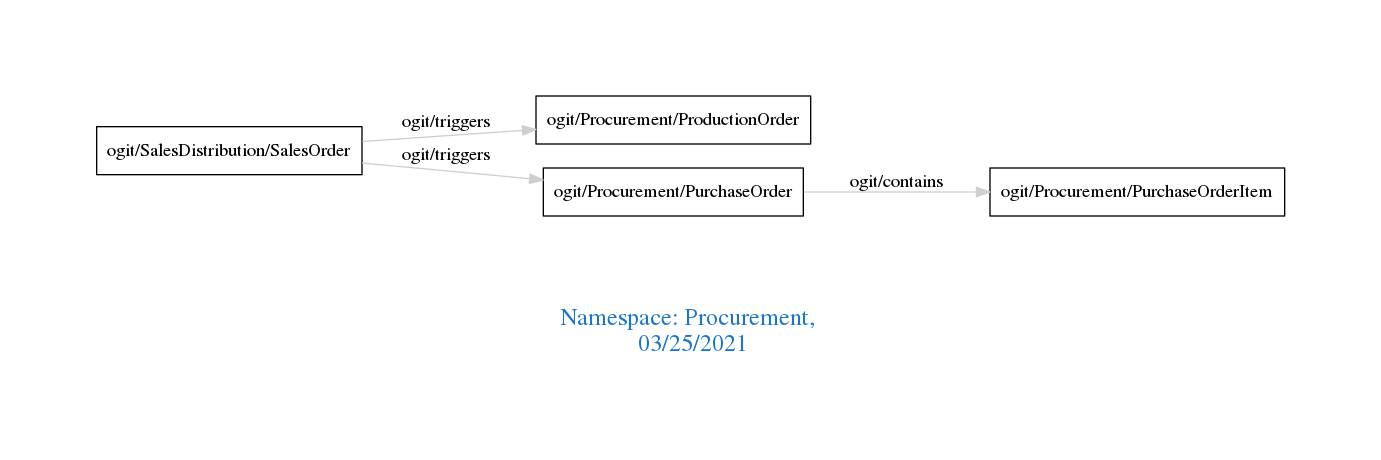
arago/OGIT keeps this Graphviz diagram as downloads/Procurement.png. Above is the earlier version. Its source is kept beside it as downloads/Procurement.dot.
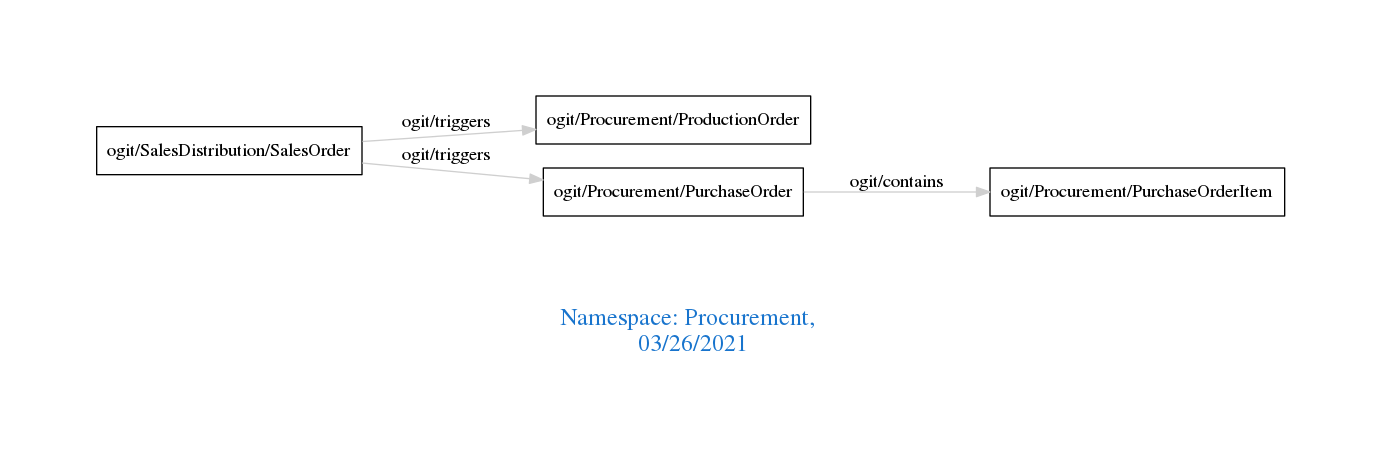
The same file after the commit.

The edit, as a diff of the source:
```diff
@@ -1,7 +1,7 @@
 digraph OGIT_ontology {
  graph [ rankdir= LR,pad=1
 fontsize = 18,
-fontcolor= dodgerblue3,label = "\n\n\nNamespace: Procurement, \n 03/25/2021"];
+fontcolor= dodgerblue3,label = "\n\n\nNamespace: Procurement, \n 03/26/2021"];
 node[shape=polygon];
 edge [  color="gray81"];
 
```
